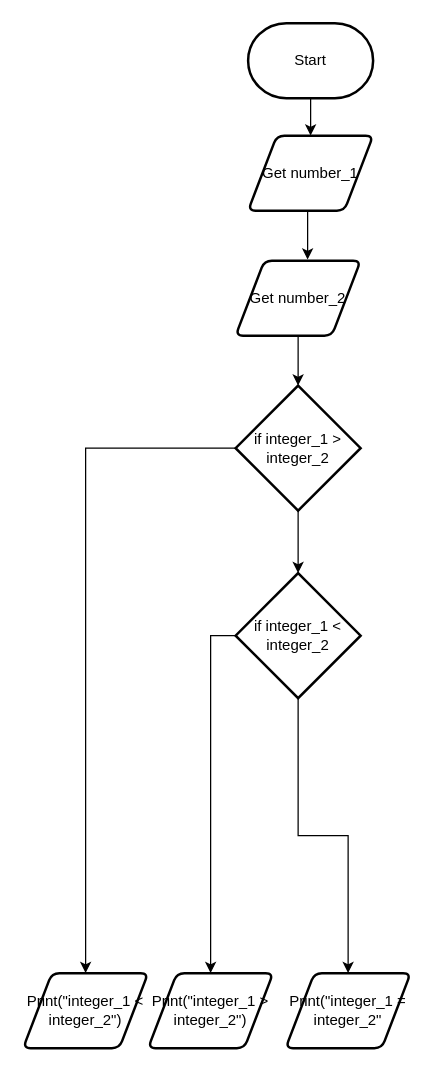
This is flowchart.drawio from Ethan-Gravelle/ICS3U-Assignment-3B, a draw.io file, before an edit. Source tidied: cells renumbered, new cells numbered last; positions are measured from the earlier drawing's top-left corner, leaving out a move shared by most shapes. Both pictures are drawn from the tidied source at 125%, with x=0, y=0 at pixel (22, 22).
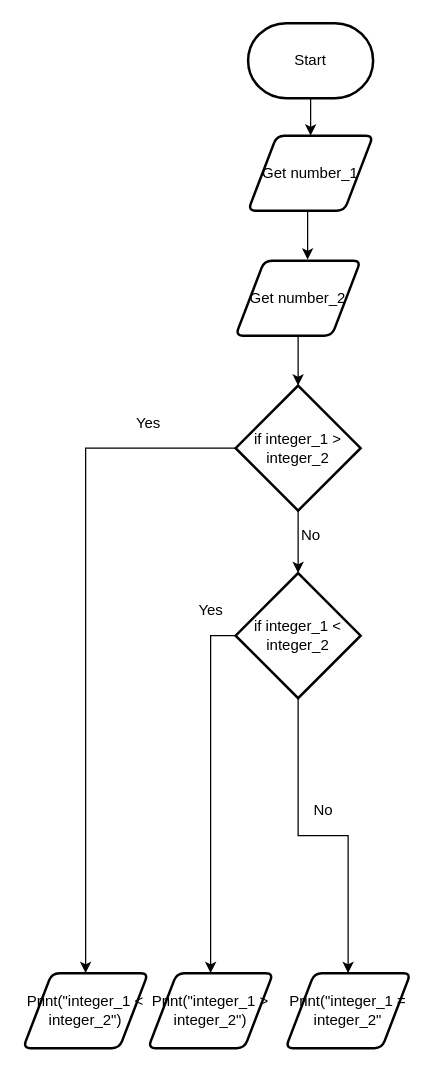
Above is the later version.

Change to the diagram source:
```diff
@@
+    <mxCell id="17" value="Yes" style="text;html=1;align=center;verticalAlign=middle;strokeColor=none;" parent="1" vertex="1">
+      <mxGeometry x="80" y="310" width="40" height="20" as="geometry" />
+    </mxCell>
+    <mxCell id="18" value="No" style="text;html=1;align=center;verticalAlign=middle;strokeColor=none;" parent="1" vertex="1">
+      <mxGeometry x="215" y="400" width="30" height="20" as="geometry" />
+    </mxCell>
+    <mxCell id="19" value="Yes" style="text;html=1;align=center;verticalAlign=middle;strokeColor=none;" parent="1" vertex="1">
+      <mxGeometry x="130" y="460" width="40" height="20" as="geometry" />
+    </mxCell>
+    <mxCell id="20" value="No" style="text;html=1;align=center;verticalAlign=middle;strokeColor=none;" parent="1" vertex="1">
+      <mxGeometry x="225" y="620" width="30" height="20" as="geometry" />
+    </mxCell>
```
